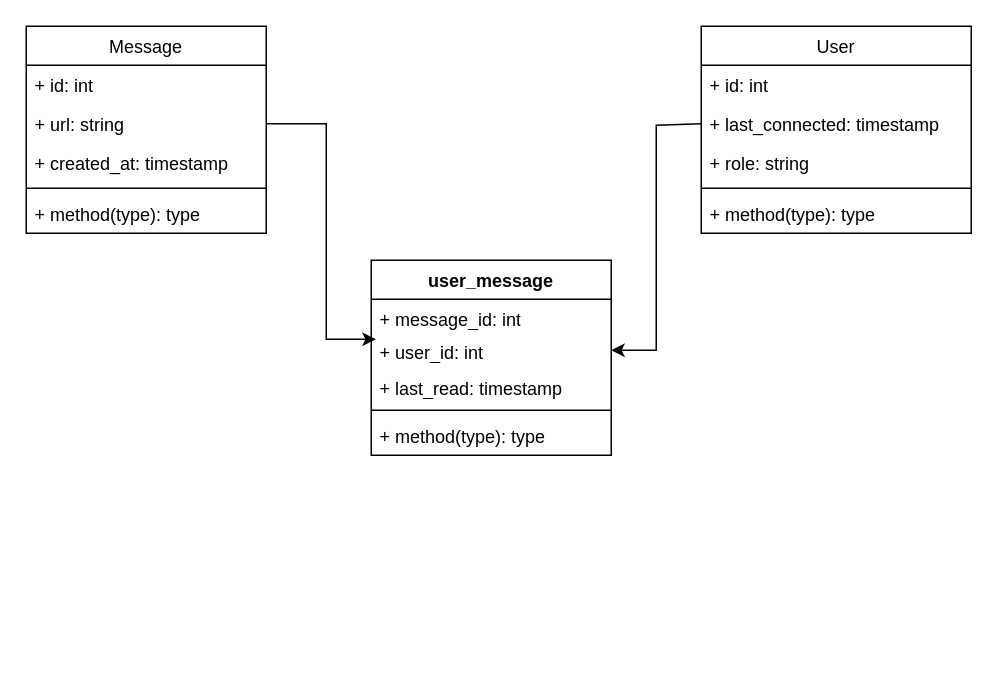
ahidayati/database-diagram keeps this draw.io diagram as draw.io/class-digram-infocaster.drawio. Above is the earlier version. Source tidied: cells renumbered, new cells numbered last; positions are measured from the earlier drawing's top-left corner, leaving out a move shared by most shapes. Both pictures are drawn from the tidied source at 150%, with x=0, y=0 at pixel (26, 26).
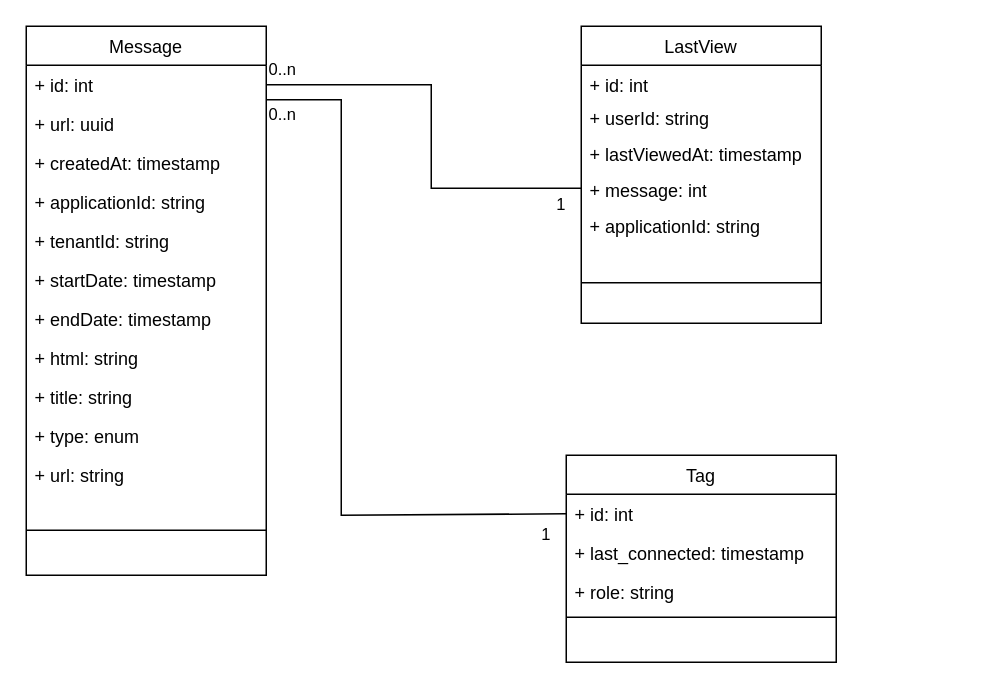
After the change.

Commit message:
Mettre à jour class-digram-infocaster.drawio

The change refers to these unchanged cells:
```xml
<mxCell id="3" value="+ id: int" style="text;align=left;verticalAlign=top;spacingLeft=4;spacingRight=4;overflow=hidden;points=[[0,0.5],[1,0.5]];portConstraint=eastwest;" parent="2" vertex="1">
  <mxGeometry y="26" width="160" height="26" as="geometry" />
</mxCell>
<mxCell id="9" value="+ id: int" style="text;align=left;verticalAlign=top;spacingLeft=4;spacingRight=4;overflow=hidden;points=[[0,0.5],[1,0.5]];portConstraint=eastwest;" parent="8" vertex="1">
  <mxGeometry y="26" width="180" height="26" as="geometry" />
</mxCell>
<mxCell id="10" value="+ last_connected: timestamp" style="text;align=left;verticalAlign=top;spacingLeft=4;spacingRight=4;overflow=hidden;points=[[0,0.5],[1,0.5]];portConstraint=eastwest;rounded=0;shadow=0;html=0;" parent="8" vertex="1">
  <mxGeometry y="52" width="180" height="26" as="geometry" />
</mxCell>
```

Diff of the diagram source:
```diff
@@
     <mxCell id="2" value="Message" style="swimlane;fontStyle=0;align=center;verticalAlign=top;horizontal=1;startSize=26;rounded=0;shadow=0;strokeWidth=1;" parent="1" vertex="1">
-      <mxGeometry width="160" height="138" as="geometry" />
+      <mxGeometry width="160" height="366" as="geometry" />
     </mxCell>
@@
+    <mxCell id="22" value="+ url: uuid" style="text;align=left;verticalAlign=top;spacingLeft=4;spacingRight=4;overflow=hidden;rounded=0;shadow=0;html=0;" parent="2" vertex="1">
+      <mxGeometry y="52" width="160" height="26" as="geometry" />
+    </mxCell>
+    <mxCell id="5" value="+ createdAt: timestamp" style="text;align=left;verticalAlign=top;spacingLeft=4;spacingRight=4;overflow=hidden;rounded=0;shadow=0;html=0;" parent="2" vertex="1">
+      <mxGeometry y="78" width="160" height="26" as="geometry" />
+    </mxCell>
-    <mxCell id="4" value="+ url: string" style="text;align=left;verticalAlign=top;spacingLeft=4;spacingRight=4;overflow=hidden;points=[[0,0.5],[1,0.5]];portConstraint=eastwest;rounded=0;shadow=0;html=0;" parent="2" vertex="1">
-      <mxGeometry y="52" width="160" height="26" as="geometry" />
+    <mxCell id="4" value="+ applicationId: string" style="text;align=left;verticalAlign=top;spacingLeft=4;spacingRight=4;overflow=hidden;points=[[0,0.5],[1,0.5]];portConstraint=eastwest;rounded=0;shadow=0;html=0;" parent="2" vertex="1">
+      <mxGeometry y="104" width="160" height="26" as="geometry" />
     </mxCell>
-    <mxCell id="5" value="+ created_at: timestamp" style="text;align=left;verticalAlign=top;spacingLeft=4;spacingRight=4;overflow=hidden;rounded=0;shadow=0;html=0;" parent="2" vertex="1">
-      <mxGeometry y="78" width="160" height="26" as="geometry" />
-    </mxCell>
+    <mxCell id="23" value="+ tenantId: string" style="text;align=left;verticalAlign=top;spacingLeft=4;spacingRight=4;overflow=hidden;rounded=0;shadow=0;html=0;" parent="2" vertex="1">
+      <mxGeometry y="130" width="160" height="26" as="geometry" />
+    </mxCell>
+    <mxCell id="24" value="+ startDate: timestamp" style="text;align=left;verticalAlign=top;spacingLeft=4;spacingRight=4;overflow=hidden;rounded=0;shadow=0;html=0;" parent="2" vertex="1">
+      <mxGeometry y="156" width="160" height="26" as="geometry" />
+    </mxCell>
+    <mxCell id="25" value="+ endDate: timestamp" style="text;align=left;verticalAlign=top;spacingLeft=4;spacingRight=4;overflow=hidden;rounded=0;shadow=0;html=0;" parent="2" vertex="1">
+      <mxGeometry y="182" width="160" height="26" as="geometry" />
+    </mxCell>
+    <mxCell id="26" value="+ html: string" style="text;align=left;verticalAlign=top;spacingLeft=4;spacingRight=4;overflow=hidden;rounded=0;shadow=0;html=0;" parent="2" vertex="1">
+      <mxGeometry y="208" width="160" height="26" as="geometry" />
+    </mxCell>
+    <mxCell id="27" value="+ title: string" style="text;align=left;verticalAlign=top;spacingLeft=4;spacingRight=4;overflow=hidden;rounded=0;shadow=0;html=0;" parent="2" vertex="1">
+      <mxGeometry y="234" width="160" height="26" as="geometry" />
+    </mxCell>
+    <mxCell id="28" value="+ type: enum" style="text;align=left;verticalAlign=top;spacingLeft=4;spacingRight=4;overflow=hidden;rounded=0;shadow=0;html=0;" parent="2" vertex="1">
+      <mxGeometry y="260" width="160" height="26" as="geometry" />
+    </mxCell>
+    <mxCell id="29" value="+ url: string" style="text;align=left;verticalAlign=top;spacingLeft=4;spacingRight=4;overflow=hidden;rounded=0;shadow=0;html=0;" parent="2" vertex="1">
+      <mxGeometry y="286" width="160" height="26" as="geometry" />
+    </mxCell>
     <mxCell id="6" style="line;html=1;strokeWidth=1;align=left;verticalAlign=middle;spacingTop=-1;spacingLeft=3;spacingRight=3;labelPosition=right;" parent="2" vertex="1">
-      <mxGeometry y="104" width="160" height="8" as="geometry" />
+      <mxGeometry y="312" width="160" height="48" as="geometry" />
     </mxCell>
-    <mxCell id="7" value="+ method(type): type" style="text;strokeColor=none;fillColor=none;align=left;verticalAlign=top;spacingLeft=4;spacingRight=4;overflow=hidden;whiteSpace=wrap;html=1;" parent="2" vertex="1">
-      <mxGeometry y="112" width="160" height="26" as="geometry" />
-    </mxCell>
-    <mxCell id="8" value="User" style="swimlane;fontStyle=0;align=center;verticalAlign=top;horizontal=1;startSize=26;rounded=0;shadow=0;strokeWidth=1;" parent="1" vertex="1">
-      <mxGeometry x="450" width="180" height="138" as="geometry" />
+    <mxCell id="8" value="Tag" style="swimlane;fontStyle=0;align=center;verticalAlign=top;horizontal=1;startSize=26;rounded=0;shadow=0;strokeWidth=1;" parent="1" vertex="1">
+      <mxGeometry x="360" y="286" width="180" height="138" as="geometry" />
     </mxCell>
@@
-    <mxCell id="13" value="+ method(type): type" style="text;strokeColor=none;fillColor=none;align=left;verticalAlign=top;spacingLeft=4;spacingRight=4;overflow=hidden;whiteSpace=wrap;html=1;" parent="8" vertex="1">
-      <mxGeometry y="112" width="180" height="26" as="geometry" />
-    </mxCell>
-    <mxCell id="14" value="user_message" style="swimlane;fontStyle=1;align=center;verticalAlign=top;horizontal=1;startSize=26;whiteSpace=wrap;html=1;" parent="1" vertex="1">
-      <mxGeometry x="230" y="156" width="160" height="130" as="geometry" />
+    <mxCell id="14" value="&lt;span style=&quot;font-weight: normal;&quot;&gt;LastView&lt;/span&gt;" style="swimlane;fontStyle=1;align=center;verticalAlign=top;horizontal=1;startSize=26;whiteSpace=wrap;html=1;" parent="1" vertex="1">
+      <mxGeometry x="370" width="160" height="198" as="geometry" />
     </mxCell>
-    <mxCell id="15" value="+ message_id: int" style="text;strokeColor=none;fillColor=none;align=left;verticalAlign=top;spacingLeft=4;spacingRight=4;overflow=hidden;points=[[0,0.5],[1,0.5]];portConstraint=eastwest;whiteSpace=wrap;html=1;" parent="14" vertex="1">
+    <mxCell id="15" value="+ id: int" style="text;strokeColor=none;fillColor=none;align=left;verticalAlign=top;spacingLeft=4;spacingRight=4;overflow=hidden;points=[[0,0.5],[1,0.5]];portConstraint=eastwest;whiteSpace=wrap;html=1;" parent="14" vertex="1">
       <mxGeometry y="26" width="160" height="22" as="geometry" />
     </mxCell>
-    <mxCell id="16" value="+ user_id: int" style="text;strokeColor=none;fillColor=none;align=left;verticalAlign=top;spacingLeft=4;spacingRight=4;overflow=hidden;points=[[0,0.5],[1,0.5]];portConstraint=eastwest;whiteSpace=wrap;html=1;" parent="14" vertex="1">
+    <mxCell id="16" value="+ userId: string" style="text;strokeColor=none;fillColor=none;align=left;verticalAlign=top;spacingLeft=4;spacingRight=4;overflow=hidden;points=[[0,0.5],[1,0.5]];portConstraint=eastwest;whiteSpace=wrap;html=1;" parent="14" vertex="1">
       <mxGeometry y="48" width="160" height="24" as="geometry" />
     </mxCell>
-    <mxCell id="17" value="+ last_read: timestamp" style="text;strokeColor=none;fillColor=none;align=left;verticalAlign=top;spacingLeft=4;spacingRight=4;overflow=hidden;whiteSpace=wrap;html=1;" parent="14" vertex="1">
+    <mxCell id="17" value="+ lastViewedAt: timestamp" style="text;strokeColor=none;fillColor=none;align=left;verticalAlign=top;spacingLeft=4;spacingRight=4;overflow=hidden;whiteSpace=wrap;html=1;" parent="14" vertex="1">
       <mxGeometry y="72" width="160" height="24" as="geometry" />
     </mxCell>
+    <mxCell id="30" value="+ message: int" style="text;strokeColor=none;fillColor=none;align=left;verticalAlign=top;spacingLeft=4;spacingRight=4;overflow=hidden;points=[[0,0.5],[1,0.5]];portConstraint=eastwest;whiteSpace=wrap;html=1;" parent="14" vertex="1">
+      <mxGeometry y="96" width="160" height="24" as="geometry" />
+    </mxCell>
+    <mxCell id="31" value="+ applicationId: string" style="text;strokeColor=none;fillColor=none;align=left;verticalAlign=top;spacingLeft=4;spacingRight=4;overflow=hidden;whiteSpace=wrap;html=1;" parent="14" vertex="1">
+      <mxGeometry y="120" width="160" height="24" as="geometry" />
+    </mxCell>
     <mxCell id="18" style="line;strokeWidth=1;fillColor=none;align=left;verticalAlign=middle;spacingTop=-1;spacingLeft=3;spacingRight=3;labelPosition=right;strokeColor=inherit;" parent="14" vertex="1">
-      <mxGeometry y="96" width="160" height="8" as="geometry" />
+      <mxGeometry y="144" width="160" height="54" as="geometry" />
     </mxCell>
-    <mxCell id="19" value="+ method(type): type" style="text;strokeColor=none;fillColor=none;align=left;verticalAlign=top;spacingLeft=4;spacingRight=4;overflow=hidden;whiteSpace=wrap;html=1;" parent="14" vertex="1">
-      <mxGeometry y="104" width="160" height="26" as="geometry" />
-    </mxCell>
-    <mxCell id="20" style="edgeStyle=orthogonalEdgeStyle;rounded=0;jettySize=auto;html=1;exitX=1;exitY=0.5;exitDx=0;exitDy=0;entryX=0.019;entryY=1.212;entryDx=0;entryDy=0;entryPerimeter=0;" parent="1" edge="1" source="4" target="15">
-      <mxGeometry relative="1" as="geometry">
-        <Array as="points">
-          <mxPoint x="200" y="65" />
-          <mxPoint x="200" y="209" />
-        </Array>
-      </mxGeometry>
-    </mxCell>
-    <mxCell id="21" style="endArrow=classic;html=1;rounded=0;exitX=0;exitY=0.5;exitDx=0;exitDy=0;entryX=1;entryY=0.5;entryDx=0;entryDy=0;" parent="1" edge="1" source="10" target="16">
-      <mxGeometry relative="1" as="geometry">
-        <Array as="points">
-          <mxPoint x="450" y="66" />
-          <mxPoint x="420" y="66" />
-          <mxPoint x="420" y="216" />
-        </Array>
-      </mxGeometry>
-    </mxCell>
+    <mxCell id="32" style="endArrow=none;html=1;rounded=0;entryX=0;entryY=0.5;entryDx=0;entryDy=0;" parent="1" edge="1" target="9">
+      <mxGeometry relative="1" as="geometry">
+        <mxPoint x="160" y="49" as="sourcePoint" />
+        <Array as="points">
+          <mxPoint x="210" y="49" />
+          <mxPoint x="210" y="326" />
+        </Array>
+      </mxGeometry>
+    </mxCell>
+    <mxCell id="33" style="endArrow=none;html=1;rounded=0;entryX=0;entryY=0.5;entryDx=0;entryDy=0;" parent="1" edge="1" source="3" target="30">
+      <mxGeometry relative="1" as="geometry">
+        <Array as="points">
+          <mxPoint x="270" y="39" />
+          <mxPoint x="270" y="108" />
+        </Array>
+      </mxGeometry>
+    </mxCell>
+    <mxCell id="34" value="0..n" style="edgeLabel;html=1;align=left;verticalAlign=top;" parent="1" vertex="1">
+      <mxGeometry x="160" y="46" as="geometry" />
+    </mxCell>
+    <mxCell id="35" value="1" style="edgeLabel;html=1;align=right;verticalAlign=top;" parent="1" vertex="1">
+      <mxGeometry x="350" y="326" as="geometry" />
+    </mxCell>
+    <mxCell id="36" value="1" style="edgeLabel;html=1;align=right;verticalAlign=top;" parent="1" vertex="1">
+      <mxGeometry x="360" y="106" as="geometry" />
+    </mxCell>
+    <mxCell id="37" value="0..n" style="edgeLabel;html=1;align=left;verticalAlign=top;" parent="1" vertex="1">
+      <mxGeometry x="160" y="16" as="geometry" />
+    </mxCell>
```
